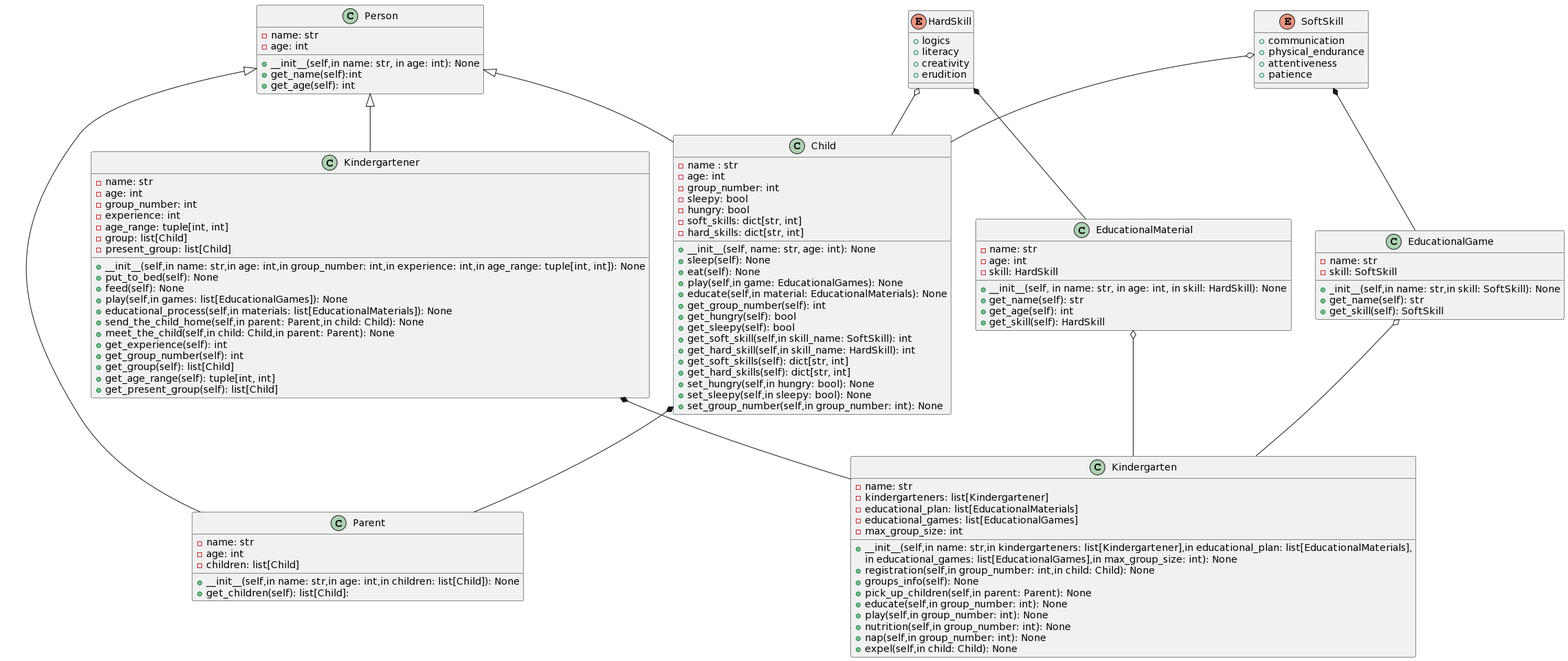
Above: ppois/sem4/uml/class_diagram.png in 271ali/bsuir (PlantUML), before the change. The source it was exported from:
```plantuml
@startuml

class Person {
    -name: str
    -age: int

    +__init__(self,in name: str, in age: int): None
    +get_name(self):int
    +get_age(self): int
}

class Child {
    -name : str
    -age: int
    -group_number: int
    -sleepy: bool
    -hungry: bool
    -soft_skills: dict[str, int]
    -hard_skills: dict[str, int]

    +__init__(self, name: str, age: int): None
    +sleep(self): None
    +eat(self): None
    +play(self,in game: EducationalGames): None
    +educate(self,in material: EducationalMaterials): None
    +get_group_number(self): int
    +get_hungry(self): bool
    +get_sleepy(self): bool
    +get_soft_skill(self,in skill_name: SoftSkill): int
    +get_hard_skill(self,in skill_name: HardSkill): int
    +get_soft_skills(self): dict[str, int]
    +get_hard_skills(self): dict[str, int]
    +set_hungry(self,in hungry: bool): None
    +set_sleepy(self,in sleepy: bool): None
    +set_group_number(self,in group_number: int): None
}

class Parent {
    -name: str
    -age: int
    -children: list[Child]

    +__init__(self,in name: str,in age: int,in children: list[Child]): None
    +get_children(self): list[Child]:
}

class EducationalGame {
    -name: str
    -skill: SoftSkill

    +_init__(self,in name: str,in skill: SoftSkill): None
    +get_name(self): str
    +get_skill(self): SoftSkill
}

class EducationalMaterial {
    -name: str
    -age: int
    -skill: HardSkill

    +__init__(self, in name: str, in age: int, in skill: HardSkill): None
    +get_name(self): str
    +get_age(self): int
    +get_skill(self): HardSkill
}

class Kindergartener{
    -name: str
    -age: int
    -group_number: int
    -experience: int
    -age_range: tuple[int, int]
    -group: list[Child]
    -present_group: list[Child]

    +__init__(self,in name: str,in age: int,in group_number: int,in experience: int,in age_range: tuple[int, int]): None
    +put_to_bed(self): None
    +feed(self): None
    +play(self,in games: list[EducationalGames]): None
    +educational_process(self,in materials: list[EducationalMaterials]): None
    +send_the_child_home(self,in parent: Parent,in child: Child): None
    +meet_the_child(self,in child: Child,in parent: Parent): None
    +get_experience(self): int
    +get_group_number(self): int
    +get_group(self): list[Child]
    +get_age_range(self): tuple[int, int]
    +get_present_group(self): list[Child]
}

class Kindergarten{
    -name: str
    -kindergarteners: list[Kindergartener]
    -educational_plan: list[EducationalMaterials]
    -educational_games: list[EducationalGames]
    -max_group_size: int

    +__init__(self,in name: str,in kindergarteners: list[Kindergartener],in educational_plan: list[EducationalMaterials],
                in educational_games: list[EducationalGames],in max_group_size: int): None
    +registration(self,in group_number: int,in child: Child): None
    +groups_info(self): None
    +pick_up_children(self,in parent: Parent): None
    +educate(self,in group_number: int): None
    +play(self,in group_number: int): None
    +nutrition(self,in group_number: int): None
    +nap(self,in group_number: int): None
    +expel(self,in child: Child): None
}

enum SoftSkill {
    +communication
    +physical_endurance
    +attentiveness
    +patience
}

enum HardSkill {
    +logics
    +literacy
    +creativity
    +erudition
}

Person <|-- Parent
Person <|-- Child
Person <|-- Kindergartener
SoftSkill *-- EducationalGame
HardSkill *-- EducationalMaterial
Child *-- Parent
Kindergartener *-- Kindergarten
EducationalGame o-- Kindergarten
EducationalMaterial o-- Kindergarten
SoftSkill o-- Child
HardSkill o-- Child
@enduml
```
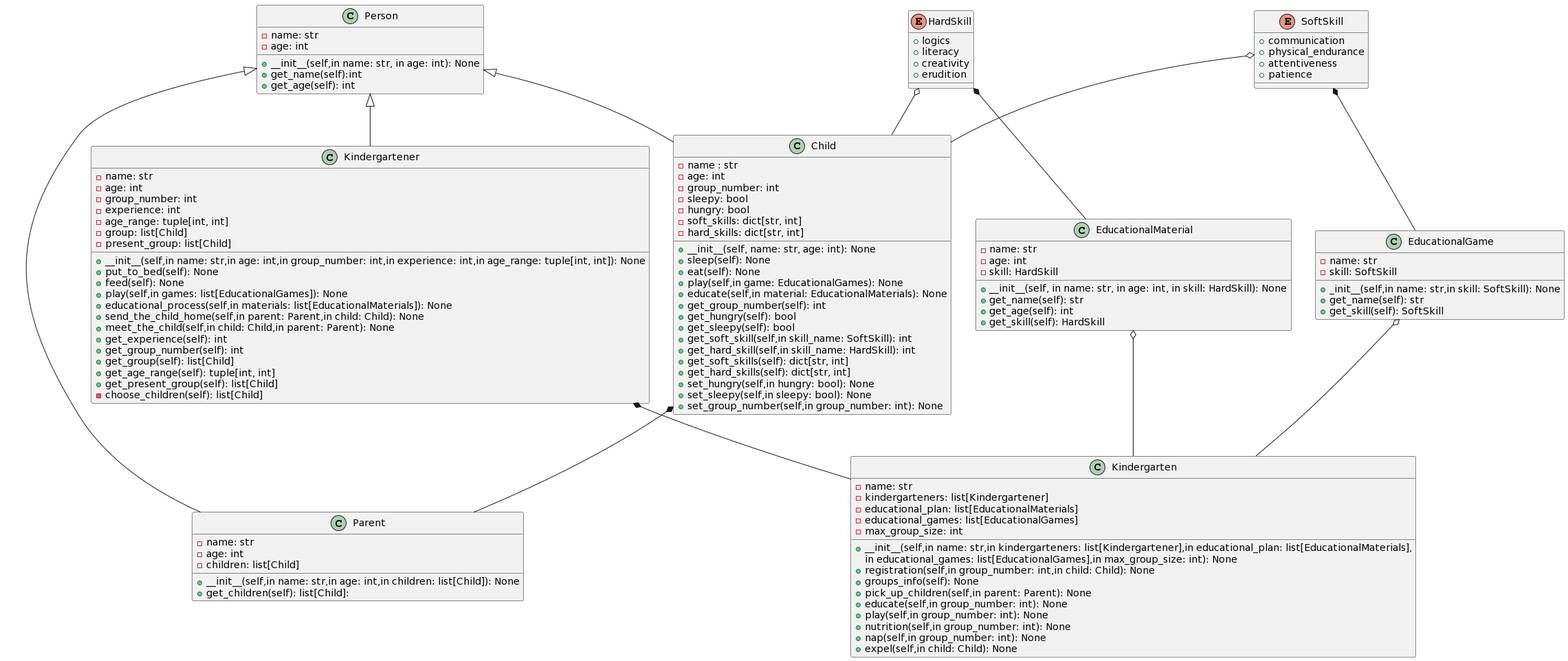
Later version of the same file.

What changed in the source:
```diff
@@ -85,6 +85,8 @@
     +get_group(self): list[Child]
     +get_age_range(self): tuple[int, int]
     +get_present_group(self): list[Child]
+    -choose_children(self): list[Child]
+
 }
 
 class Kindergarten{
```
